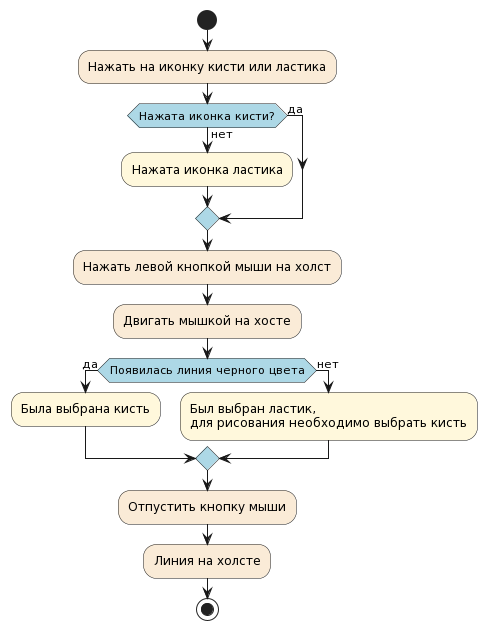
This is diagrams/activity2.png from UnVeh/reposit, a PlantUML export, as it was before one commit. Its diagram source:
```plantuml
@startuml
skinparam activity {
    DiamondBackgroundColor LightBlue
}
start

#AntiqueWhite:Нажать на иконку кисти или ластика;
if (Нажата иконка кисти?) then (да)
else (нет)
#Cornsilk:Нажата иконка ластика;
endif
#AntiqueWhite:Нажать левой кнопкой мыши на холст;
#AntiqueWhite:Двигать мышкой на хосте;
if (Появилась линия черного цвета) then (да)
#Cornsilk:Была выбрана кисть;
else (нет)
#Cornsilk:Был выбран ластик,
для рисования необходимо выбрать кисть;
endif
#AntiqueWhite:Отпустить кнопку мыши;
#AntiqueWhite:Линия на холсте;
stop
@enduml
```
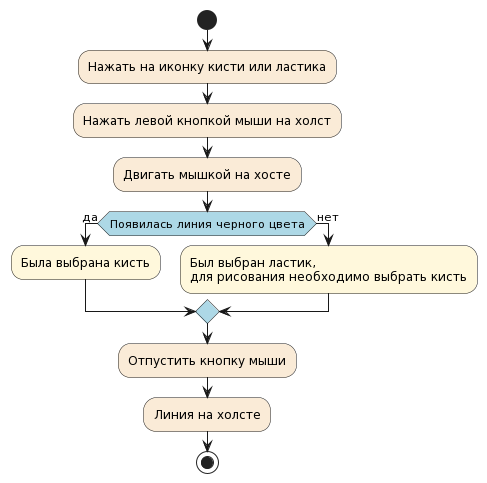
Above is the later version.

Diff of the diagram source:
```diff
@@ -5,10 +5,7 @@
 start
 
 #AntiqueWhite:Нажать на иконку кисти или ластика;
-if (Нажата иконка кисти?) then (да)
-else (нет)
-#Cornsilk:Нажата иконка ластика;
-endif
+
 #AntiqueWhite:Нажать левой кнопкой мыши на холст;
 #AntiqueWhite:Двигать мышкой на хосте;
 if (Появилась линия черного цвета) then (да)
```
